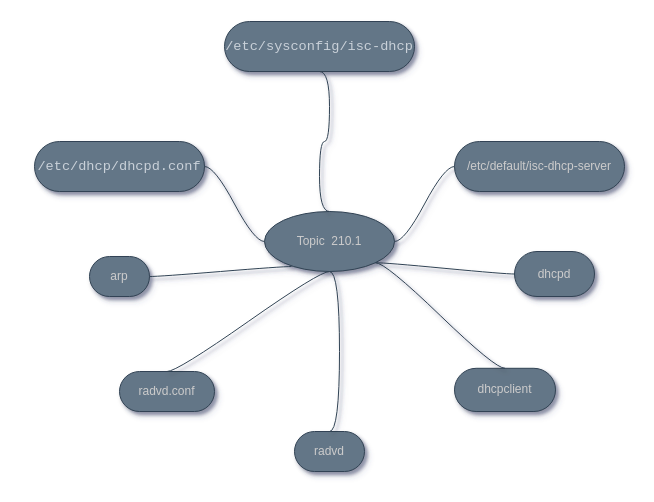
This is MindMaps/mindmap-210.1.drawio from marcossilvestrini/learning-lpic-2-202-450, a draw.io file, before an edit. Source tidied: cells renumbered, new cells numbered last; positions are measured from the earlier drawing's top-left corner, leaving out a move shared by most shapes. Both pictures are drawn from the tidied source at 100%, with x=0, y=0 at pixel (34, 21).
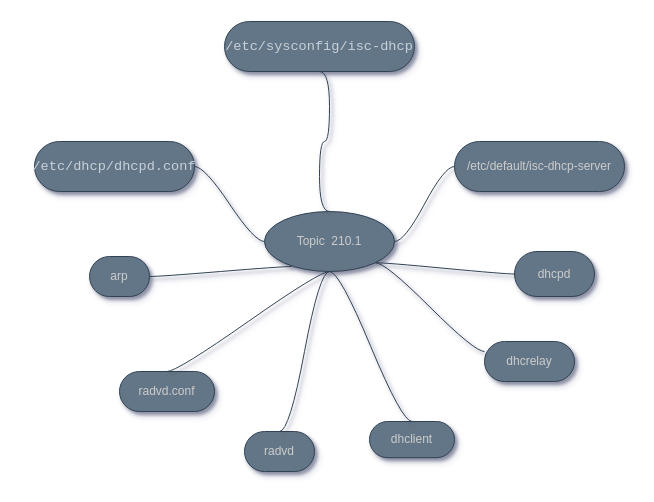
After the change.

Unchanged cells that the change refers to:
```xml
<mxCell id="2" value="Topic&amp;nbsp; 210.1" style="ellipse;whiteSpace=wrap;html=1;align=center;newEdgeStyle={&quot;edgeStyle&quot;:&quot;entityRelationEdgeStyle&quot;,&quot;startArrow&quot;:&quot;none&quot;,&quot;endArrow&quot;:&quot;none&quot;,&quot;segment&quot;:10,&quot;curved&quot;:1};fillColor=#647687;fontColor=#CCCCCC;strokeColor=#314354;shadow=1;sketch=0;" parent="1" vertex="1">
  <mxGeometry x="230" y="190" width="130" height="60" as="geometry" />
</mxCell>
```

The edit, as a diff of the source:
```diff
@@
     <mxCell id="5" value="&lt;pre style=&quot;box-sizing: border-box ; font-family: , , &amp;quot;sf mono&amp;quot; , &amp;quot;menlo&amp;quot; , &amp;quot;consolas&amp;quot; , &amp;quot;liberation mono&amp;quot; , monospace ; font-size: 13.6px ; margin-top: 0px ; margin-bottom: 0px ; overflow-wrap: normal ; padding: 16px ; overflow: auto ; line-height: 1.45 ; border-radius: 6px ; word-break: normal ; color: rgb(201 , 209 , 217)&quot;&gt;/etc/dhcp/dhcpd.conf&lt;/pre&gt;" style="whiteSpace=wrap;html=1;rounded=1;arcSize=50;align=center;verticalAlign=middle;strokeWidth=1;spacing=4;newEdgeStyle={&quot;edgeStyle&quot;:&quot;entityRelationEdgeStyle&quot;,&quot;startArrow&quot;:&quot;none&quot;,&quot;endArrow&quot;:&quot;none&quot;,&quot;segment&quot;:10,&quot;curved&quot;:1};fillColor=#647687;fontColor=#CCCCCC;strokeColor=#314354;shadow=1;sketch=0;" parent="1" vertex="1">
-      <mxGeometry y="120" width="170" height="50" as="geometry" />
+      <mxGeometry y="120" width="160" height="50" as="geometry" />
     </mxCell>
@@
     <mxCell id="13" value="radvd" style="whiteSpace=wrap;html=1;rounded=1;arcSize=50;align=center;verticalAlign=middle;strokeWidth=1;spacing=4;newEdgeStyle={&quot;edgeStyle&quot;:&quot;entityRelationEdgeStyle&quot;,&quot;startArrow&quot;:&quot;none&quot;,&quot;endArrow&quot;:&quot;none&quot;,&quot;segment&quot;:10,&quot;curved&quot;:1};fillColor=#647687;fontColor=#CCCCCC;strokeColor=#314354;shadow=1;sketch=0;" parent="1" vertex="1">
-      <mxGeometry x="260" y="410" width="70" height="40" as="geometry" />
+      <mxGeometry x="210" y="410" width="70" height="40" as="geometry" />
     </mxCell>
@@
-    <mxCell id="17" value="dhcpclient" style="whiteSpace=wrap;html=1;rounded=1;arcSize=50;align=center;verticalAlign=middle;strokeWidth=1;spacing=4;newEdgeStyle={&quot;edgeStyle&quot;:&quot;entityRelationEdgeStyle&quot;,&quot;startArrow&quot;:&quot;none&quot;,&quot;endArrow&quot;:&quot;none&quot;,&quot;segment&quot;:10,&quot;curved&quot;:1};fillColor=#647687;fontColor=#CCCCCC;strokeColor=#314354;shadow=1;sketch=0;" parent="1" vertex="1">
-      <mxGeometry x="420" y="346.8" width="101" height="43.2" as="geometry" />
+    <mxCell id="17" value="dhclient" style="whiteSpace=wrap;html=1;rounded=1;arcSize=50;align=center;verticalAlign=middle;strokeWidth=1;spacing=4;newEdgeStyle={&quot;edgeStyle&quot;:&quot;entityRelationEdgeStyle&quot;,&quot;startArrow&quot;:&quot;none&quot;,&quot;endArrow&quot;:&quot;none&quot;,&quot;segment&quot;:10,&quot;curved&quot;:1};fillColor=#647687;fontColor=#CCCCCC;strokeColor=#314354;shadow=1;sketch=0;" parent="1" vertex="1">
+      <mxGeometry x="335" y="400" width="85" height="36.2" as="geometry" />
     </mxCell>
-    <mxCell id="18" style="edgeStyle=entityRelationEdgeStyle;startArrow=none;endArrow=none;segment=10;curved=1;exitX=1;exitY=1;exitDx=0;exitDy=0;fillColor=#647687;strokeColor=#314354;shadow=1;fontColor=#CCCCCC;sketch=0;entryX=0.5;entryY=0;entryDx=0;entryDy=0;" parent="1" edge="1" source="2" target="17">
+    <mxCell id="18" style="edgeStyle=entityRelationEdgeStyle;startArrow=none;endArrow=none;segment=10;curved=1;exitX=0.5;exitY=1;exitDx=0;exitDy=0;fillColor=#647687;strokeColor=#314354;shadow=1;fontColor=#CCCCCC;sketch=0;entryX=0.5;entryY=0;entryDx=0;entryDy=0;" parent="1" edge="1" source="2" target="17">
       <mxGeometry relative="1" as="geometry" />
     </mxCell>
+    <mxCell id="19" value="dhcrelay" style="whiteSpace=wrap;html=1;rounded=1;arcSize=50;align=center;verticalAlign=middle;strokeWidth=1;spacing=4;newEdgeStyle={&quot;edgeStyle&quot;:&quot;entityRelationEdgeStyle&quot;,&quot;startArrow&quot;:&quot;none&quot;,&quot;endArrow&quot;:&quot;none&quot;,&quot;segment&quot;:10,&quot;curved&quot;:1};fillColor=#647687;fontColor=#CCCCCC;strokeColor=#314354;shadow=1;sketch=0;" parent="1" vertex="1">
+      <mxGeometry x="450" y="320" width="90" height="40" as="geometry" />
+    </mxCell>
+    <mxCell id="20" style="edgeStyle=entityRelationEdgeStyle;startArrow=none;endArrow=none;segment=10;curved=1;exitX=1;exitY=1;exitDx=0;exitDy=0;fillColor=#647687;strokeColor=#314354;shadow=1;fontColor=#CCCCCC;sketch=0;entryX=0;entryY=0.25;entryDx=0;entryDy=0;" parent="1" edge="1" source="2" target="19">
+      <mxGeometry relative="1" as="geometry" />
+    </mxCell>
```
